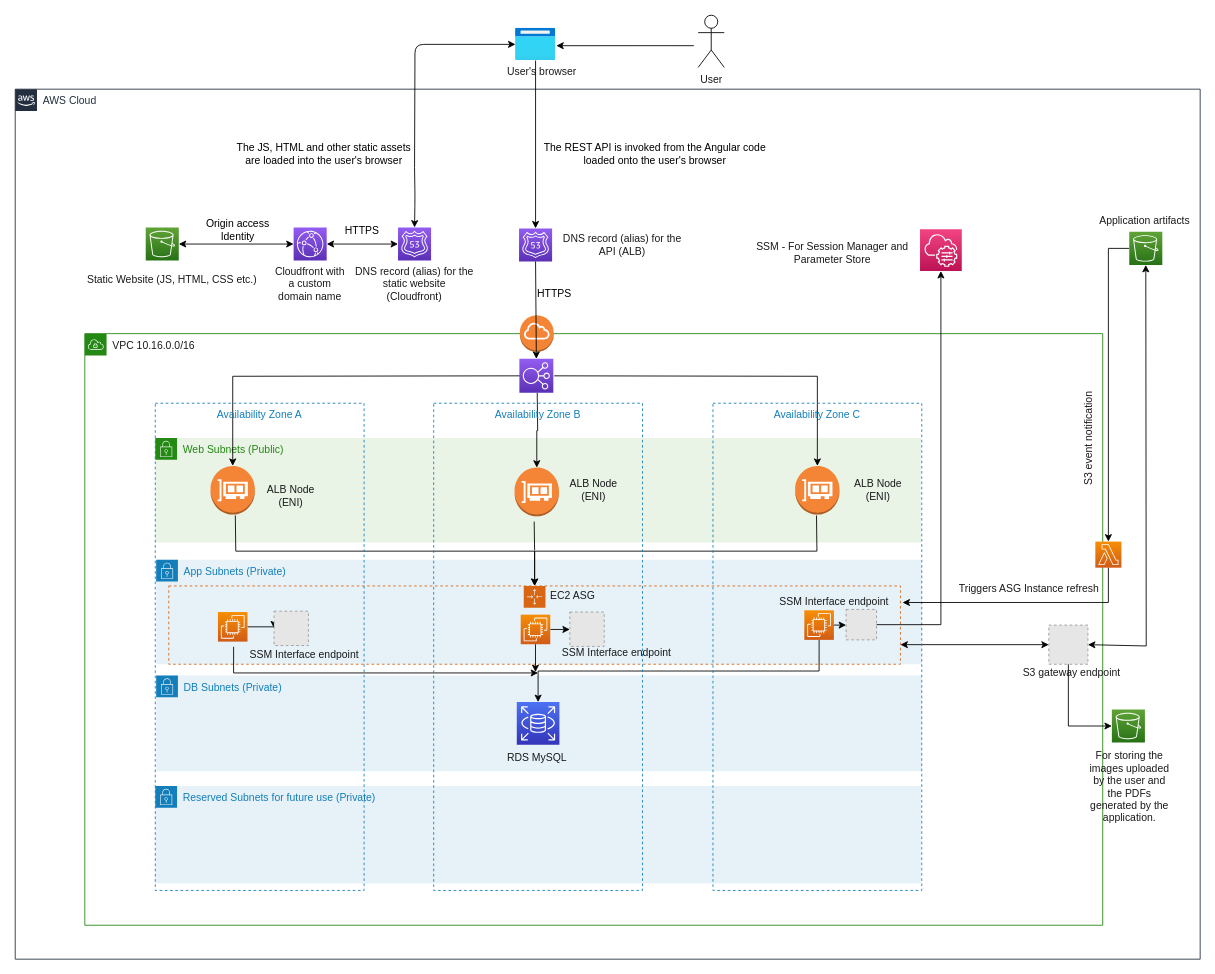
This is AWS Architecture Diagram.drawio from sameer-khanna/terraform-aws-imagetopdf, a draw.io file, before an edit. Source tidied: cells renumbered, new cells numbered last; positions are measured from the earlier drawing's top-left corner, leaving out a move shared by most shapes. Both pictures are drawn from the tidied source at 87%, with x=0, y=0 at pixel (15, 15). Pictures stored in the file or linked from it are replaced by grey dashed boxes.
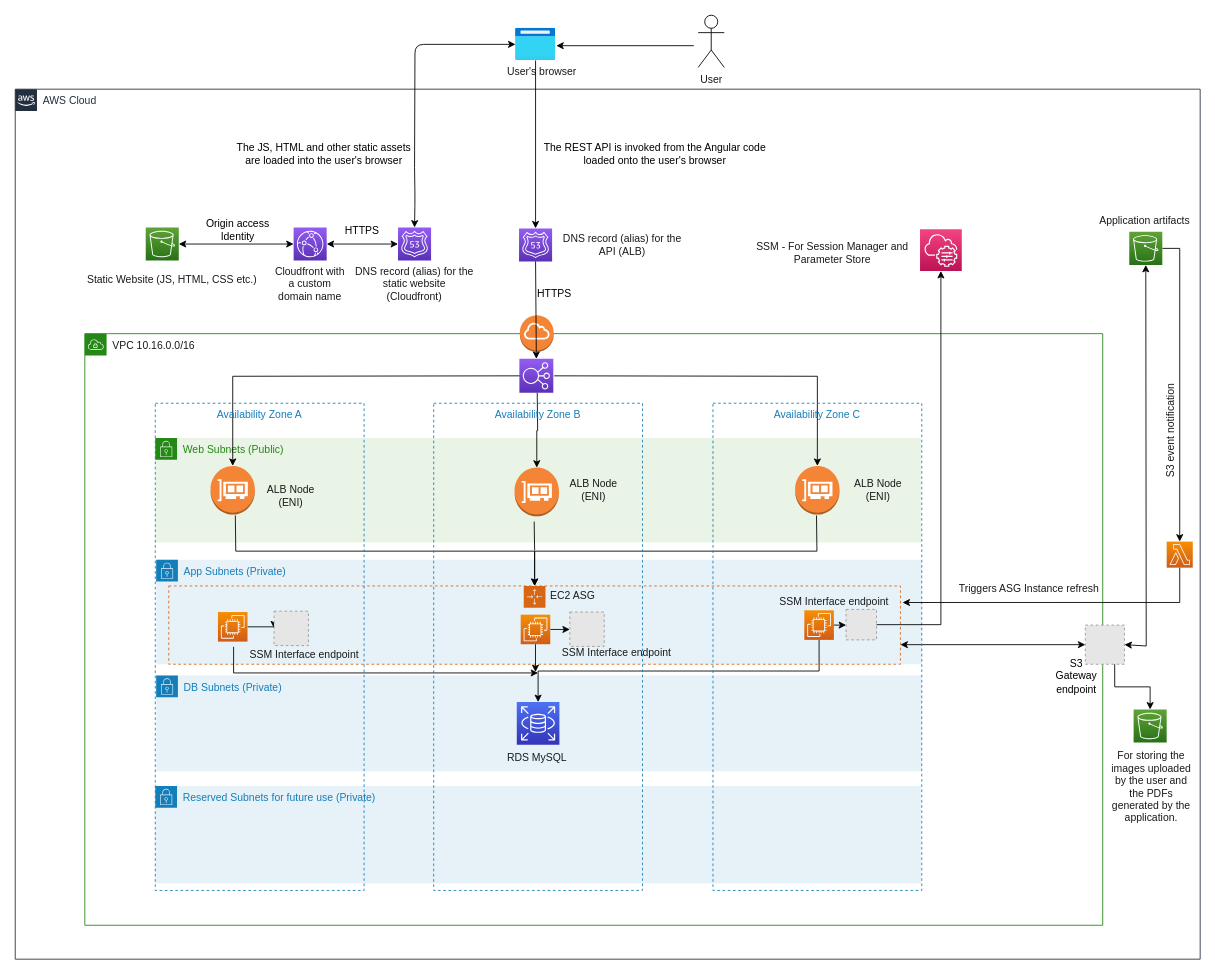
The same page after the edit.

Commit message (it also covers changes not shown here):
Updated the architecture diagram.

The change refers to these unchanged cells:
```xml
<mxCell id="2" value="AWS Cloud" style="gradientColor=none;html=1;whiteSpace=wrap;fontSize=12;fontStyle=0;shape=mxgraph.aws4.group;grIcon=mxgraph.aws4.group_aws_cloud_alt;strokeColor=#232F3E;fillColor=none;verticalAlign=top;align=left;spacingLeft=30;fontColor=#232F3E;dashed=0;labelBackgroundColor=#ffffff;" parent="1" vertex="1">
  <mxGeometry y="85" width="1362" height="1000" as="geometry" />
</mxCell>
<mxCell id="3" value="&lt;font color=&quot;#1A1A1A&quot;&gt;VPC 10.16.0.0/16&lt;/font&gt;" style="gradientColor=none;html=1;whiteSpace=wrap;fontSize=12;fontStyle=0;shape=mxgraph.aws4.group;grIcon=mxgraph.aws4.group_vpc;strokeColor=#248814;fillColor=none;verticalAlign=top;align=left;spacingLeft=30;fontColor=#AAB7B8;dashed=0;" parent="2" vertex="1">
  <mxGeometry x="80" y="281" width="1170" height="680" as="geometry" />
</mxCell>
<mxCell id="43" value="Availability Zone C" style="fillColor=none;strokeColor=#147EBA;dashed=1;verticalAlign=top;fontStyle=0;fontColor=#147EBA;" parent="3" vertex="1">
  <mxGeometry x="722" y="80" width="240" height="560" as="geometry" />
</mxCell>
```

Change to the diagram source:
```diff
@@
     <mxCell id="33" style="fillColor=#E6E6E6;strokeColor=#999999;dashed=1;verticalLabelPosition=bottom;labelBackgroundColor=default;verticalAlign=top;" parent="3" vertex="1">
-      <mxGeometry x="1108" y="335" width="45" height="45" as="geometry" />
+      <mxGeometry x="1150" y="335" width="45" height="45" as="geometry" />
     </mxCell>
@@
+    <mxCell id="84" value="S3 Gateway endpoint" style="text;html=1;strokeColor=none;fillColor=none;align=center;verticalAlign=middle;whiteSpace=wrap;rounded=0;" parent="3" vertex="1">
+      <mxGeometry x="1110" y="379" width="60" height="30" as="geometry" />
+    </mxCell>
@@
-    <mxCell id="60" value="&lt;div&gt;S3 gateway endpoint&lt;/div&gt;" style="text;html=1;align=center;verticalAlign=middle;strokeColor=none;fillColor=none;fontColor=#1A1A1A;" parent="2" vertex="1">
-      <mxGeometry x="1148.5" y="661" width="130" height="20" as="geometry" />
-    </mxCell>
@@
     <mxCell id="62" style="sketch=0;points=[[0,0,0],[0.25,0,0],[0.5,0,0],[0.75,0,0],[1,0,0],[0,1,0],[0.25,1,0],[0.5,1,0],[0.75,1,0],[1,1,0],[0,0.25,0],[0,0.5,0],[0,0.75,0],[1,0.25,0],[1,0.5,0],[1,0.75,0]];outlineConnect=0;fontColor=#232F3E;gradientColor=#60A337;gradientDirection=north;fillColor=#277116;strokeColor=#ffffff;dashed=0;verticalLabelPosition=bottom;verticalAlign=top;align=center;html=1;fontSize=12;fontStyle=0;shape=mxgraph.aws4.resourceIcon;resIcon=mxgraph.aws4.s3;" parent="2" vertex="1">
-      <mxGeometry x="1260.5" y="713" width="38" height="38" as="geometry" />
+      <mxGeometry x="1285.5" y="713" width="38" height="38" as="geometry" />
     </mxCell>
-    <mxCell id="63" style="edgeStyle=orthogonalEdgeStyle;rounded=0;jettySize=auto;html=1;exitX=0.5;exitY=1;exitDx=0;exitDy=0;entryX=0;entryY=0.5;entryDx=0;entryDy=0;entryPerimeter=0;fontColor=#1A1A1A;" parent="2" edge="1" source="33" target="62">
-      <mxGeometry relative="1" as="geometry" />
-    </mxCell>
     <mxCell id="64" value="For storing the images uploaded by the user and the PDFs generated by the application." style="text;html=1;strokeColor=none;fillColor=none;align=center;verticalAlign=middle;whiteSpace=wrap;rounded=0;fontColor=#1A1A1A;" parent="2" vertex="1">
-      <mxGeometry x="1232" y="787" width="98" height="30" as="geometry" />
+      <mxGeometry x="1257" y="787" width="98" height="30" as="geometry" />
     </mxCell>
@@
     <mxCell id="71" style="edgeStyle=orthogonalEdgeStyle;rounded=0;jettySize=auto;html=1;entryX=0.908;entryY=0.409;entryDx=0;entryDy=0;entryPerimeter=0;" parent="2" edge="1" source="72" target="43">
       <mxGeometry relative="1" as="geometry">
         <Array as="points">
-          <mxPoint x="1256" y="590" />
+          <mxPoint x="1339" y="590" />
         </Array>
       </mxGeometry>
     </mxCell>
     <mxCell id="72" style="sketch=0;points=[[0,0,0],[0.25,0,0],[0.5,0,0],[0.75,0,0],[1,0,0],[0,1,0],[0.25,1,0],[0.5,1,0],[0.75,1,0],[1,1,0],[0,0.25,0],[0,0.5,0],[0,0.75,0],[1,0.25,0],[1,0.5,0],[1,0.75,0]];outlineConnect=0;fontColor=#232F3E;gradientColor=#F78E04;gradientDirection=north;fillColor=#D05C17;strokeColor=#ffffff;dashed=0;verticalLabelPosition=bottom;verticalAlign=top;align=center;html=1;fontSize=12;fontStyle=0;shape=mxgraph.aws4.resourceIcon;resIcon=mxgraph.aws4.lambda;" parent="2" vertex="1">
-      <mxGeometry x="1241.5" y="520" width="30" height="30" as="geometry" />
+      <mxGeometry x="1323.5" y="520" width="30" height="30" as="geometry" />
     </mxCell>
     <mxCell id="73" value="S3 event notification" style="text;html=1;align=center;verticalAlign=middle;strokeColor=none;fillColor=none;fontColor=#1A1A1A;rotation=-90;" parent="2" vertex="1">
-      <mxGeometry x="1169" y="387" width="130" height="30" as="geometry" />
+      <mxGeometry x="1263" y="378" width="130" height="30" as="geometry" />
     </mxCell>
@@
+    <mxCell id="63" style="edgeStyle=orthogonalEdgeStyle;rounded=0;jettySize=auto;html=1;exitX=0.75;exitY=1;exitDx=0;exitDy=0;entryX=0.5;entryY=0;entryDx=0;entryDy=0;entryPerimeter=0;" parent="2" edge="1" source="33" target="62">
+      <mxGeometry relative="1" as="geometry" />
+    </mxCell>
```
